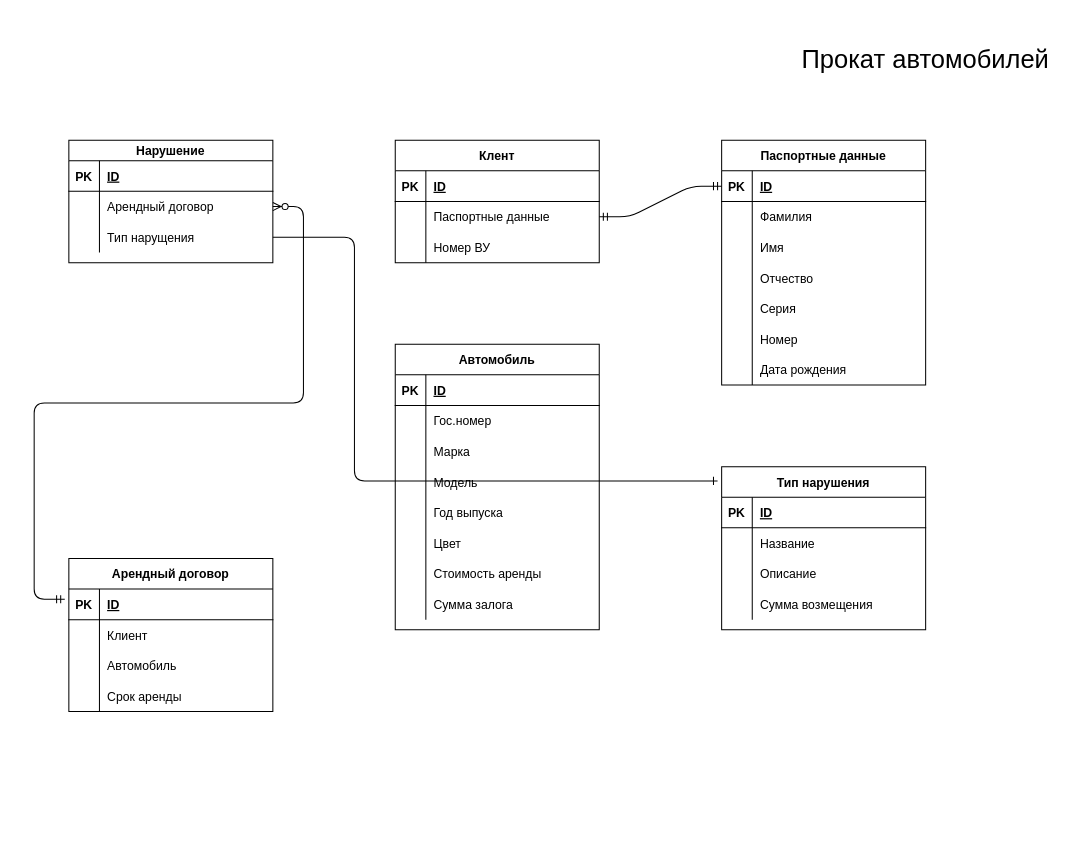
This is er/market.drawio from agrowein/database-project, a draw.io file, before an edit. Source tidied: cells renumbered, new cells numbered last; positions are measured from the earlier drawing's top-left corner, leaving out a move shared by most shapes. Both pictures are drawn from the tidied source at 102%, with x=0, y=0 at pixel (64, 17).
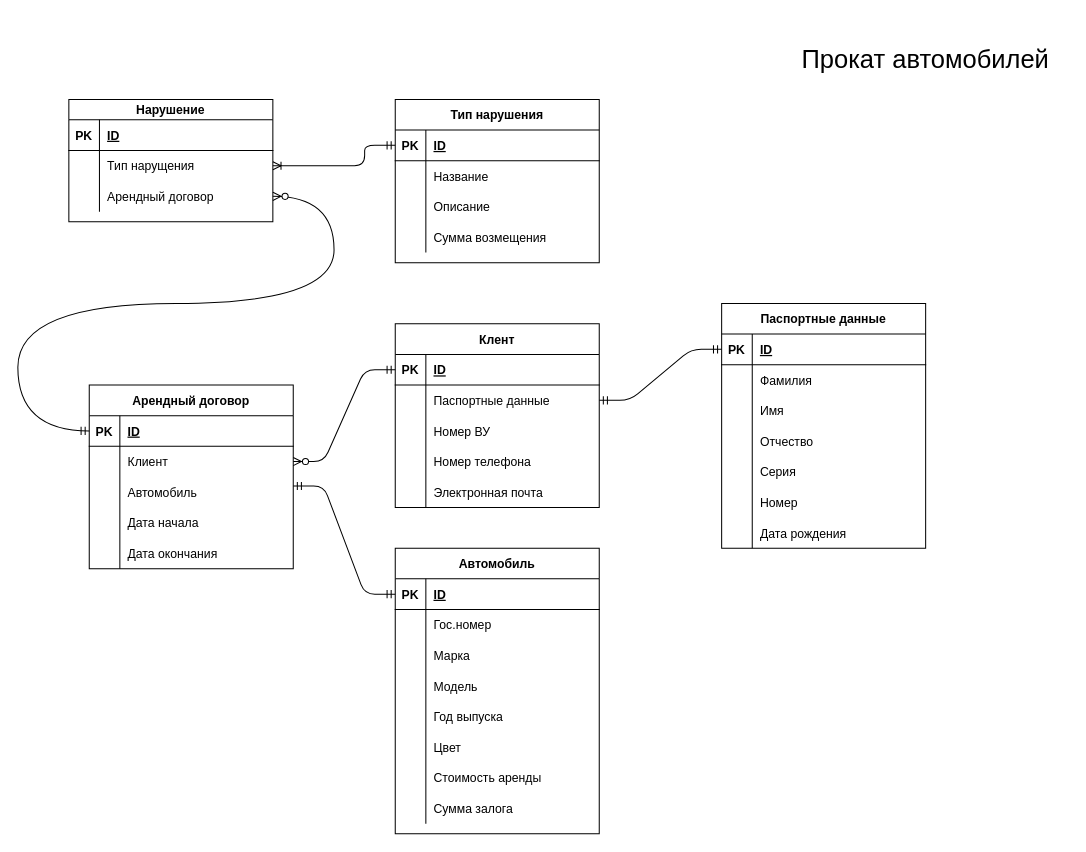
The same page after the edit.

Unchanged cells that the change refers to:
```xml
<mxCell id="4" style="shape=partialRectangle;fillColor=none;top=0;left=0;bottom=1;right=0;points=[[0,0.5],[1,0.5]];portConstraint=eastwest;" parent="3" vertex="1">
  <mxGeometry y="30" width="200" height="30" as="geometry" />
</mxCell>
<mxCell id="29" style="shape=partialRectangle;fillColor=none;top=0;left=0;bottom=1;right=0;points=[[0,0.5],[1,0.5]];portConstraint=eastwest;" parent="28" vertex="1">
  <mxGeometry y="30" width="200" height="30" as="geometry" />
</mxCell>
<mxCell id="39" style="shape=partialRectangle;fillColor=none;top=0;left=0;bottom=1;right=0;points=[[0,0.5],[1,0.5]];portConstraint=eastwest;" parent="38" vertex="1">
  <mxGeometry y="30" width="200" height="30" as="geometry" />
</mxCell>
<mxCell id="42" style="shape=partialRectangle;fillColor=none;top=0;left=0;bottom=0;right=0;points=[[0,0.5],[1,0.5]];portConstraint=eastwest;" parent="38" vertex="1">
  <mxGeometry y="60" width="200" height="30" as="geometry" />
</mxCell>
<mxCell id="45" style="shape=partialRectangle;fillColor=none;top=0;left=0;bottom=0;right=0;points=[[0,0.5],[1,0.5]];portConstraint=eastwest;" parent="38" vertex="1">
  <mxGeometry y="90" width="200" height="30" as="geometry" />
</mxCell>
<mxCell id="48" style="shape=partialRectangle;fillColor=none;top=0;left=0;bottom=0;right=0;" parent="38" vertex="1">
  <mxGeometry y="120" width="200" height="30" as="geometry" />
</mxCell>
<mxCell id="84" style="shape=partialRectangle;fillColor=none;top=0;left=0;bottom=1;right=0;points=[[0,0.5],[1,0.5]];portConstraint=eastwest;" parent="83" vertex="1">
  <mxGeometry y="30" width="200" height="30" as="geometry" />
</mxCell>
```

What changed in the source:
```diff
@@
     <mxCell id="3" value="Автомобиль" style="shape=table;startSize=30;childLayout=tableLayout;rowLines=0;fontStyle=1;align=center;" parent="1" vertex="1">
-      <mxGeometry x="324" y="320" width="200" height="280" as="geometry" />
+      <mxGeometry x="324" y="520" width="200" height="280" as="geometry" />
     </mxCell>
@@
     <mxCell id="28" value="Клент" style="shape=table;startSize=30;childLayout=tableLayout;rowLines=0;fontStyle=1;align=center;" parent="1" vertex="1">
-      <mxGeometry x="324" y="120" width="200" height="120" as="geometry" />
+      <mxGeometry x="324" y="300" width="200" height="180" as="geometry" />
     </mxCell>
@@
+    <mxCell id="99" style="shape=partialRectangle;fillColor=none;top=0;left=0;bottom=0;right=0;" parent="28" vertex="1">
+      <mxGeometry y="120" width="200" height="30" as="geometry" />
+    </mxCell>
+    <mxCell id="100" style="shape=partialRectangle;fillColor=none;top=0;left=0;bottom=0;right=0;overflow=hidden;" parent="99" vertex="1">
+      <mxGeometry width="30" height="30" as="geometry" />
+    </mxCell>
+    <mxCell id="101" value="Номер телефона" style="shape=partialRectangle;fillColor=none;top=0;left=0;bottom=0;right=0;align=left;spacingLeft=6;overflow=hidden;" parent="99" vertex="1">
+      <mxGeometry x="30" width="170" height="30" as="geometry" />
+    </mxCell>
+    <mxCell id="102" style="shape=partialRectangle;fillColor=none;top=0;left=0;bottom=0;right=0;" parent="28" vertex="1">
+      <mxGeometry y="150" width="200" height="30" as="geometry" />
+    </mxCell>
+    <mxCell id="103" style="shape=partialRectangle;fillColor=none;top=0;left=0;bottom=0;right=0;overflow=hidden;" parent="102" vertex="1">
+      <mxGeometry width="30" height="30" as="geometry" />
+    </mxCell>
+    <mxCell id="104" value="Электронная почта" style="shape=partialRectangle;fillColor=none;top=0;left=0;bottom=0;right=0;align=left;spacingLeft=6;overflow=hidden;" parent="102" vertex="1">
+      <mxGeometry x="30" width="170" height="30" as="geometry" />
+    </mxCell>
     <mxCell id="38" value="Арендный договор" style="shape=table;startSize=30;childLayout=tableLayout;rowLines=0;fontStyle=1;align=center;" parent="1" vertex="1">
-      <mxGeometry x="4" y="530" width="200" height="150" as="geometry" />
+      <mxGeometry x="24" y="360" width="200" height="180" as="geometry" />
     </mxCell>
@@
-    <mxCell id="50" value="Срок аренды" style="shape=partialRectangle;fillColor=none;top=0;left=0;bottom=0;right=0;align=left;spacingLeft=6;overflow=hidden;" parent="48" vertex="1">
+    <mxCell id="50" value="Дата начала" style="shape=partialRectangle;fillColor=none;top=0;left=0;bottom=0;right=0;align=left;spacingLeft=6;overflow=hidden;" parent="48" vertex="1">
       <mxGeometry x="30" width="170" height="30" as="geometry" />
     </mxCell>
+    <mxCell id="105" style="shape=partialRectangle;fillColor=none;top=0;left=0;bottom=0;right=0;" parent="38" vertex="1">
+      <mxGeometry y="150" width="200" height="30" as="geometry" />
+    </mxCell>
+    <mxCell id="106" style="shape=partialRectangle;fillColor=none;top=0;left=0;bottom=0;right=0;overflow=hidden;" parent="105" vertex="1">
+      <mxGeometry width="30" height="30" as="geometry" />
+    </mxCell>
+    <mxCell id="107" value="Дата окончания" style="shape=partialRectangle;fillColor=none;top=0;left=0;bottom=0;right=0;align=left;spacingLeft=6;overflow=hidden;" parent="105" vertex="1">
+      <mxGeometry x="30" width="170" height="30" as="geometry" />
+    </mxCell>
     <mxCell id="51" value="Паспортные данные" style="shape=table;startSize=30;childLayout=tableLayout;rowLines=0;fontStyle=1;align=center;" parent="1" vertex="1">
-      <mxGeometry x="644" y="120" width="200" height="240" as="geometry" />
+      <mxGeometry x="644" y="280" width="200" height="240" as="geometry" />
     </mxCell>
@@
     <mxCell id="73" value="Нарушение" style="shape=table;startSize=20;childLayout=tableLayout;rowLines=0;fontStyle=1;align=center;" parent="1" vertex="1">
-      <mxGeometry x="4" y="120" width="200" height="120" as="geometry" />
+      <mxGeometry x="4" y="80" width="200" height="120" as="geometry" />
     </mxCell>
@@
+    <mxCell id="80" style="shape=partialRectangle;fillColor=none;top=0;left=0;bottom=0;right=0;points=[[0,0.5],[1,0.5]];portConstraint=eastwest;" parent="73" vertex="1">
+      <mxGeometry y="50" width="200" height="30" as="geometry" />
+    </mxCell>
+    <mxCell id="81" style="shape=partialRectangle;fillColor=none;top=0;left=0;bottom=0;right=0;overflow=hidden;" parent="80" vertex="1">
+      <mxGeometry width="30" height="30" as="geometry" />
+    </mxCell>
+    <mxCell id="82" value="Тип нарущения" style="shape=partialRectangle;fillColor=none;top=0;left=0;bottom=0;right=0;align=left;spacingLeft=6;overflow=hidden;" parent="80" vertex="1">
+      <mxGeometry x="30" width="170" height="30" as="geometry" />
+    </mxCell>
     <mxCell id="77" style="shape=partialRectangle;fillColor=none;top=0;left=0;bottom=0;right=0;points=[[0,0.5],[1,0.5]];portConstraint=eastwest;" parent="73" vertex="1">
-      <mxGeometry y="50" width="200" height="30" as="geometry" />
+      <mxGeometry y="80" width="200" height="30" as="geometry" />
     </mxCell>
@@
-    <mxCell id="80" style="shape=partialRectangle;fillColor=none;top=0;left=0;bottom=0;right=0;points=[[0,0.5],[1,0.5]];portConstraint=eastwest;" parent="73" vertex="1">
-      <mxGeometry y="80" width="200" height="30" as="geometry" />
-    </mxCell>
-    <mxCell id="81" style="shape=partialRectangle;fillColor=none;top=0;left=0;bottom=0;right=0;overflow=hidden;" parent="80" vertex="1">
-      <mxGeometry width="30" height="30" as="geometry" />
-    </mxCell>
-    <mxCell id="82" value="Тип нарущения" style="shape=partialRectangle;fillColor=none;top=0;left=0;bottom=0;right=0;align=left;spacingLeft=6;overflow=hidden;" parent="80" vertex="1">
-      <mxGeometry x="30" width="170" height="30" as="geometry" />
-    </mxCell>
     <mxCell id="83" value="Тип нарушения" style="shape=table;startSize=30;childLayout=tableLayout;rowLines=0;fontStyle=1;align=center;" parent="1" vertex="1">
-      <mxGeometry x="644" y="440" width="200" height="160" as="geometry" />
+      <mxGeometry x="324" y="80" width="200" height="160" as="geometry" />
     </mxCell>
@@
-    <mxCell id="97" style="edgeStyle=entityRelationEdgeStyle;fontSize=12;html=1;endArrow=ERmandOne;endFill=0;exitX=1;exitY=0.5;exitDx=0;exitDy=0;startArrow=ERzeroToMany;startFill=1;" parent="1" edge="1" source="77">
+    <mxCell id="97" style="edgeStyle=orthogonalEdgeStyle;fontSize=12;html=1;endArrow=ERmandOne;endFill=0;exitX=1;exitY=0.5;exitDx=0;exitDy=0;startArrow=ERzeroToMany;startFill=1;entryX=0;entryY=0.5;entryDx=0;entryDy=0;elbow=vertical;curved=1;" parent="1" edge="1" source="77" target="39">
       <mxGeometry relative="1" as="geometry">
-        <mxPoint y="570" as="targetPoint" />
+        <Array as="points">
+          <mxPoint x="264" y="175" />
+          <mxPoint x="264" y="280" />
+          <mxPoint x="-46" y="280" />
+          <mxPoint x="-46" y="405" />
+        </Array>
       </mxGeometry>
     </mxCell>
-    <mxCell id="98" style="edgeStyle=elbowEdgeStyle;fontSize=12;html=1;endArrow=ERone;endFill=1;exitX=1;exitY=0.5;exitDx=0;exitDy=0;" parent="1" edge="1" source="80">
+    <mxCell id="98" style="edgeStyle=elbowEdgeStyle;fontSize=12;html=1;endArrow=ERmandOne;endFill=0;exitX=1;exitY=0.5;exitDx=0;exitDy=0;entryX=0;entryY=0.5;entryDx=0;entryDy=0;startArrow=ERoneToMany;startFill=0;" parent="1" edge="1" source="80" target="84">
       <mxGeometry relative="1" as="geometry">
-        <mxPoint x="640" y="454" as="targetPoint" />
         <Array as="points">
-          <mxPoint x="284" y="360" />
+          <mxPoint x="294" y="125" />
+          <mxPoint x="274" y="270" />
+          <mxPoint x="284" y="380" />
+          <mxPoint x="554" y="620" />
+          <mxPoint x="264" y="300" />
+          <mxPoint x="284" y="320" />
         </Array>
       </mxGeometry>
     </mxCell>
+    <mxCell id="108" style="edgeStyle=entityRelationEdgeStyle;fontSize=12;html=1;endArrow=ERmandOne;startArrow=ERmandOne;exitX=1;exitY=0.3;exitDx=0;exitDy=0;exitPerimeter=0;entryX=0;entryY=0.5;entryDx=0;entryDy=0;" parent="1" edge="1" source="45" target="4">
+      <mxGeometry relative="1" as="geometry" />
+    </mxCell>
+    <mxCell id="109" style="edgeStyle=entityRelationEdgeStyle;fontSize=12;html=1;endArrow=ERmandOne;exitX=1;exitY=0.5;exitDx=0;exitDy=0;entryX=0;entryY=0.5;entryDx=0;entryDy=0;startArrow=ERzeroToMany;startFill=1;" parent="1" edge="1" source="42" target="29">
+      <mxGeometry relative="1" as="geometry" />
+    </mxCell>
```
